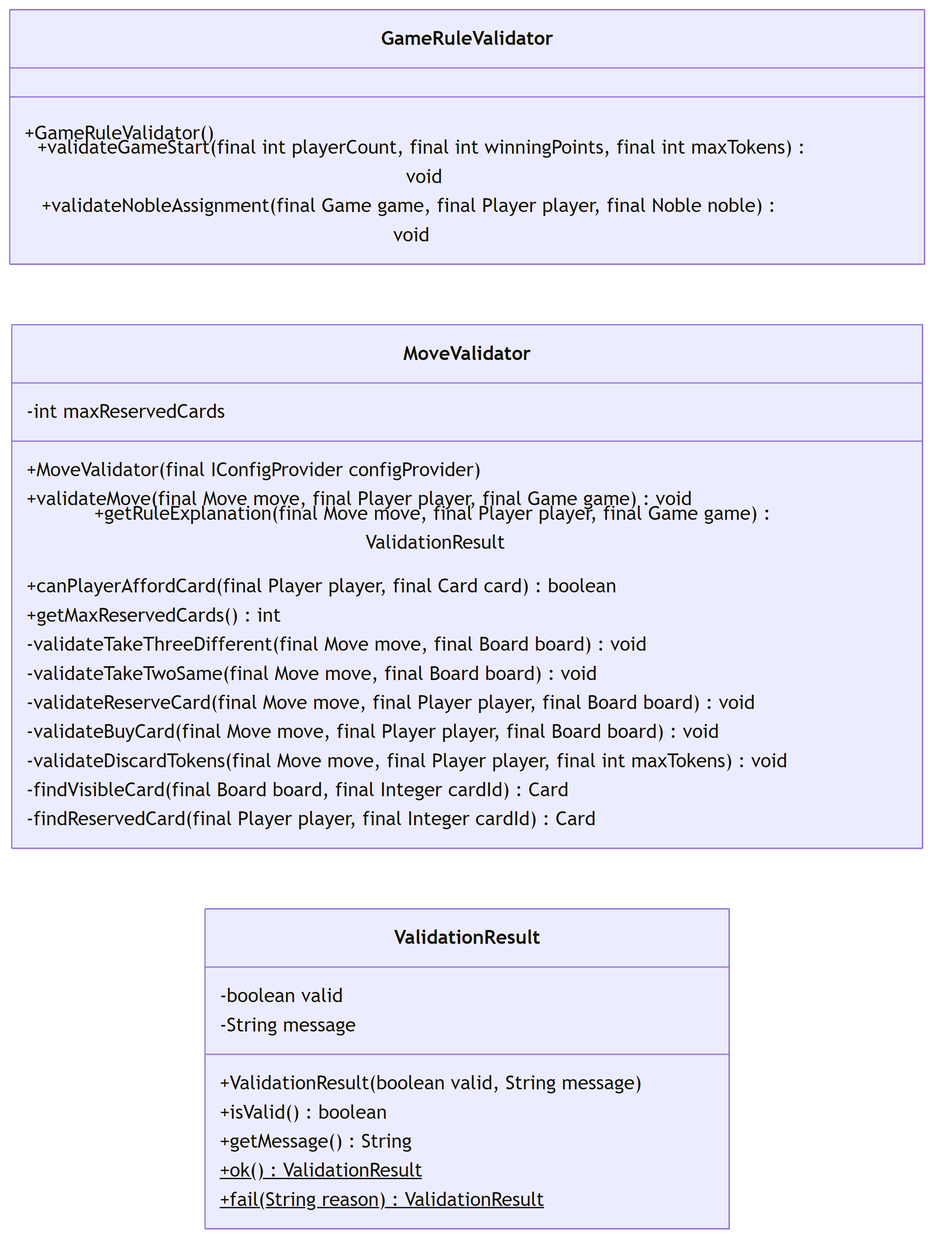
Earlier version of the Mermaid export docs/diagrams/mermaid/png/validator_package.png (bryanseah234/playsplendor). Its source is kept beside it as docs/diagrams/mermaid/src/validator_package.mmd.
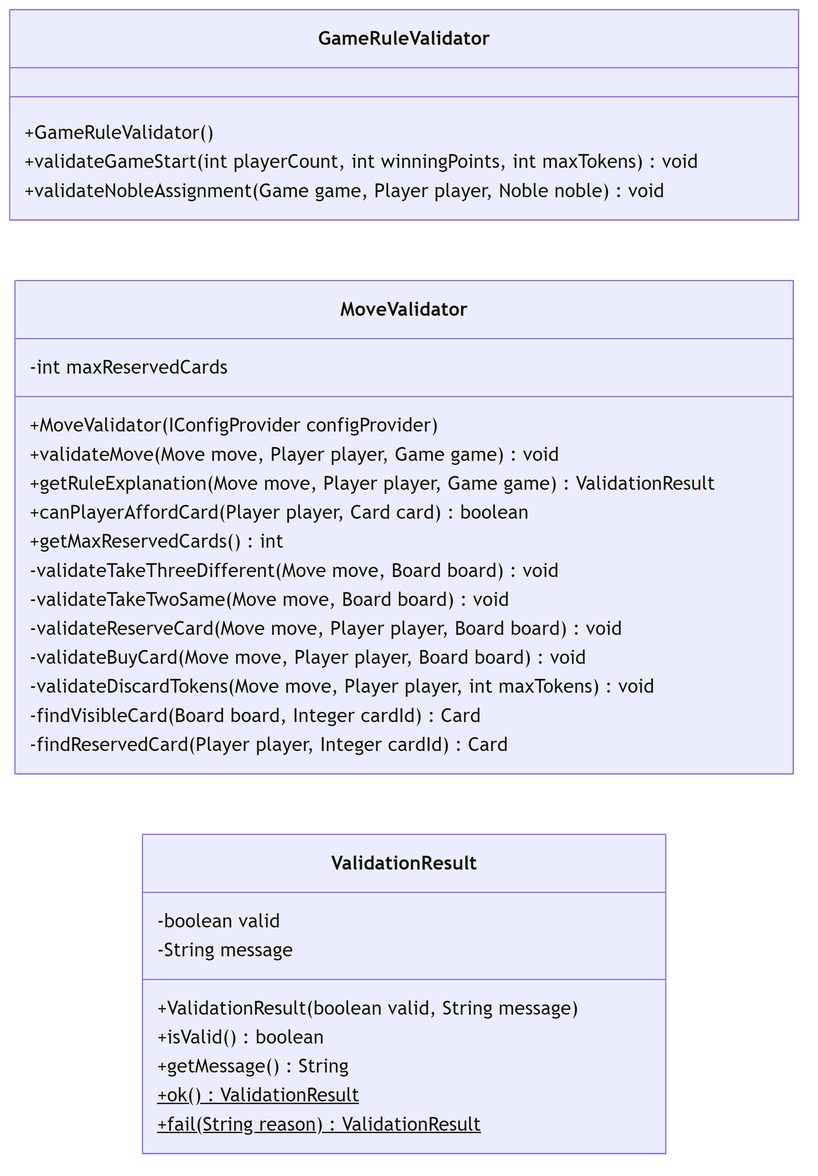
After the change.

Diff of the diagram source:
```diff
@@ -2,24 +2,24 @@
     direction LR
     class GameRuleValidator {
         +GameRuleValidator()
-        +validateGameStart(final int playerCount, final int winningPoints, final int maxTokens) void
-        +validateNobleAssignment(final Game game, final Player player, final Noble noble) void
+        +validateGameStart(int playerCount, int winningPoints, int maxTokens) void
+        +validateNobleAssignment(Game game, Player player, Noble noble) void
     }
 
     class MoveValidator {
         -int maxReservedCards
-        +MoveValidator(final IConfigProvider configProvider)
-        +validateMove(final Move move, final Player player, final Game game) void
-        +getRuleExplanation(final Move move, final Player player, final Game game) ValidationResult
-        +canPlayerAffordCard(final Player player, final Card card) boolean
+        +MoveValidator(IConfigProvider configProvider)
+        +validateMove(Move move, Player player, Game game) void
+        +getRuleExplanation(Move move, Player player, Game game) ValidationResult
+        +canPlayerAffordCard(Player player, Card card) boolean
         +getMaxReservedCards() int
-        -validateTakeThreeDifferent(final Move move, final Board board) void
-        -validateTakeTwoSame(final Move move, final Board board) void
-        -validateReserveCard(final Move move, final Player player, final Board board) void
-        -validateBuyCard(final Move move, final Player player, final Board board) void
-        -validateDiscardTokens(final Move move, final Player player, final int maxTokens) void
-        -findVisibleCard(final Board board, final Integer cardId) Card
-        -findReservedCard(final Player player, final Integer cardId) Card
+        -validateTakeThreeDifferent(Move move, Board board) void
+        -validateTakeTwoSame(Move move, Board board) void
+        -validateReserveCard(Move move, Player player, Board board) void
+        -validateBuyCard(Move move, Player player, Board board) void
+        -validateDiscardTokens(Move move, Player player, int maxTokens) void
+        -findVisibleCard(Board board, Integer cardId) Card
+        -findReservedCard(Player player, Integer cardId) Card
     }
 
     class ValidationResult {
```
